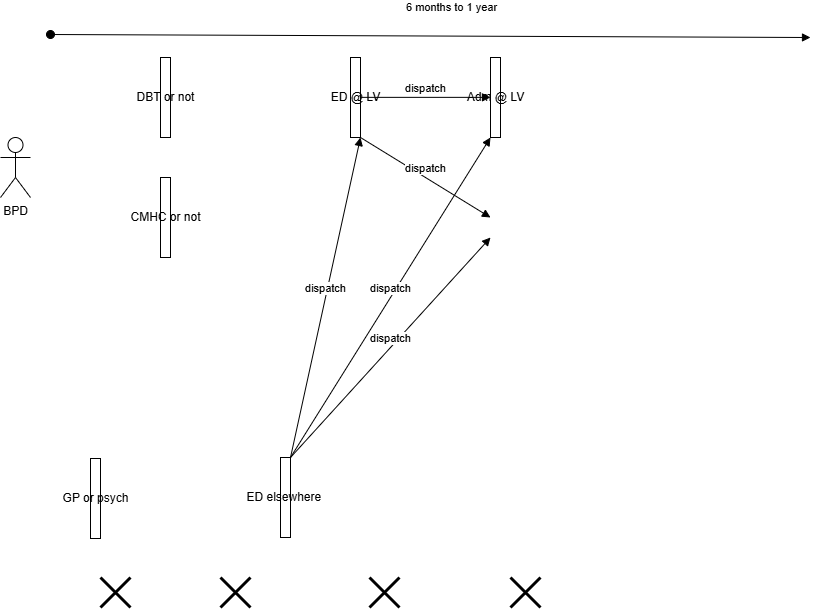
gbarbalat/DBT-ED keeps this draw.io diagram as Untitled Diagram.drawio.png. Above is the earlier version. Source tidied: cells renumbered, new cells last; positions are measured from the earlier drawing's top-left corner, leaving out a move shared by most shapes.
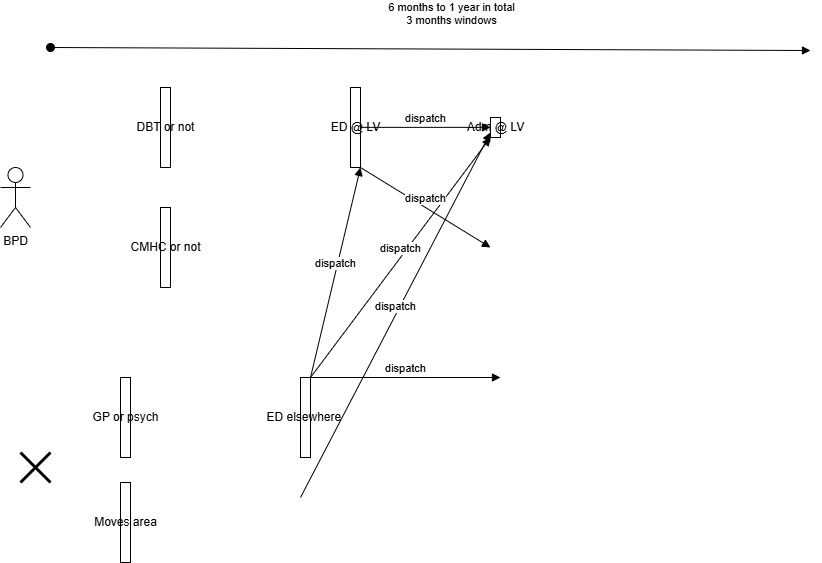
The same file after the commit.

Change to the diagram source:
```diff
@@ -9,38 +9,29 @@
       <mxGeometry y="103" width="30" height="60" as="geometry" />
     </mxCell>
     <mxCell id="4" value="Adm @ LV" style="html=1;points=[[0,0,0,0,5],[0,1,0,0,-5],[1,0,0,0,5],[1,1,0,0,-5]];perimeter=orthogonalPerimeter;outlineConnect=0;targetShapes=umlLifeline;portConstraint=eastwest;newEdgeStyle={&quot;curved&quot;:0,&quot;rounded&quot;:0};" parent="1" vertex="1">
-      <mxGeometry x="490" y="23" width="10" height="80" as="geometry" />
+      <mxGeometry x="490" y="53" width="10" height="20" as="geometry" />
     </mxCell>
     <mxCell id="5" value="ED elsewhere&amp;nbsp;" style="html=1;points=[[0,0,0,0,5],[0,1,0,0,-5],[1,0,0,0,5],[1,1,0,0,-5]];perimeter=orthogonalPerimeter;outlineConnect=0;targetShapes=umlLifeline;portConstraint=eastwest;newEdgeStyle={&quot;curved&quot;:0,&quot;rounded&quot;:0};" parent="1" vertex="1">
-      <mxGeometry x="280" y="423" width="10" height="80" as="geometry" />
+      <mxGeometry x="300" y="313" width="10" height="80" as="geometry" />
     </mxCell>
     <mxCell id="6" value="DBT or not" style="html=1;perimeter=orthogonalPerimeter;targetShapes=umlLifeline;newEdgeStyle={&quot;curved&quot;:0,&quot;rounded&quot;:0};" parent="1" vertex="1">
       <mxGeometry x="160" y="23" width="10" height="80" as="geometry" />
     </mxCell>
-    <mxCell id="7" style="shape=umlDestroy;whiteSpace=wrap;html=1;strokeWidth=3;targetShapes=umlLifeline;" parent="1" vertex="1">
-      <mxGeometry x="369" y="543" width="30" height="30" as="geometry" />
-    </mxCell>
-    <mxCell id="8" style="shape=umlDestroy;whiteSpace=wrap;html=1;strokeWidth=3;targetShapes=umlLifeline;" parent="1" vertex="1">
-      <mxGeometry x="220" y="543" width="30" height="30" as="geometry" />
-    </mxCell>
     <mxCell id="9" style="shape=umlDestroy;whiteSpace=wrap;html=1;strokeWidth=3;targetShapes=umlLifeline;" parent="1" vertex="1">
-      <mxGeometry x="100" y="543" width="30" height="30" as="geometry" />
+      <mxGeometry x="20" y="388" width="30" height="30" as="geometry" />
     </mxCell>
-    <mxCell id="10" value="6 months to 1 year" style="html=1;verticalAlign=bottom;startArrow=oval;startFill=1;endArrow=block;startSize=8;curved=0;rounded=0;" parent="1" edge="1">
+    <mxCell id="10" value="6 months to 1 year in total&lt;div&gt;3 months windows&lt;/div&gt;" style="html=1;verticalAlign=bottom;startArrow=oval;startFill=1;endArrow=block;startSize=8;curved=0;rounded=0;" parent="1" edge="1">
       <mxGeometry x="0.05" y="20" relative="1" as="geometry">
-        <mxPoint x="50" as="sourcePoint" />
-        <mxPoint x="810" y="3" as="targetPoint" />
+        <mxPoint x="50" y="-17" as="sourcePoint" />
+        <mxPoint x="810" y="-14" as="targetPoint" />
       </mxGeometry>
     </mxCell>
-    <mxCell id="11" style="shape=umlDestroy;whiteSpace=wrap;html=1;strokeWidth=3;targetShapes=umlLifeline;" parent="1" vertex="1">
-      <mxGeometry x="510" y="543" width="30" height="30" as="geometry" />
-    </mxCell>
     <mxCell id="12" value="dispatch" style="html=1;verticalAlign=bottom;endArrow=block;curved=0;rounded=0;" parent="1" edge="1" source="5" target="4">
       <mxGeometry relative="1" as="geometry" />
     </mxCell>
     <mxCell id="13" value="dispatch" style="html=1;verticalAlign=bottom;endArrow=block;curved=0;rounded=0;" parent="1" edge="1" source="5">
       <mxGeometry relative="1" as="geometry">
-        <mxPoint x="490" y="203" as="targetPoint" />
+        <mxPoint x="500" y="313" as="targetPoint" />
       </mxGeometry>
     </mxCell>
     <mxCell id="14" value="dispatch" style="html=1;verticalAlign=bottom;endArrow=block;curved=0;rounded=0;entryX=1;entryY=1;entryDx=0;entryDy=0;entryPerimeter=0;" parent="1" edge="1" source="5" target="2">
@@ -55,12 +46,20 @@
       <mxGeometry x="160" y="143" width="10" height="80" as="geometry" />
     </mxCell>
     <mxCell id="17" value="GP or psych" style="html=1;perimeter=orthogonalPerimeter;targetShapes=umlLifeline;newEdgeStyle={&quot;curved&quot;:0,&quot;rounded&quot;:0};" parent="1" vertex="1">
-      <mxGeometry x="90" y="424" width="10" height="80" as="geometry" />
+      <mxGeometry x="120" y="313" width="10" height="80" as="geometry" />
     </mxCell>
     <mxCell id="18" value="dispatch" style="html=1;verticalAlign=bottom;endArrow=block;curved=0;rounded=0;" parent="1" edge="1" source="2">
       <mxGeometry relative="1" as="geometry">
         <mxPoint x="490" y="183" as="targetPoint" />
       </mxGeometry>
     </mxCell>
+    <mxCell id="19" value="Moves area" style="html=1;perimeter=orthogonalPerimeter;targetShapes=umlLifeline;newEdgeStyle={&quot;curved&quot;:0,&quot;rounded&quot;:0};" parent="1" vertex="1">
+      <mxGeometry x="120" y="418" width="10" height="80" as="geometry" />
+    </mxCell>
+    <mxCell id="20" value="dispatch" style="html=1;verticalAlign=bottom;endArrow=block;curved=0;rounded=0;entryX=0;entryY=1;entryDx=0;entryDy=-5;entryPerimeter=0;" parent="1" edge="1" target="4">
+      <mxGeometry relative="1" as="geometry">
+        <mxPoint x="300" y="433" as="sourcePoint" />
+      </mxGeometry>
+    </mxCell>
   </root>
 </mxGraphModel>
```
